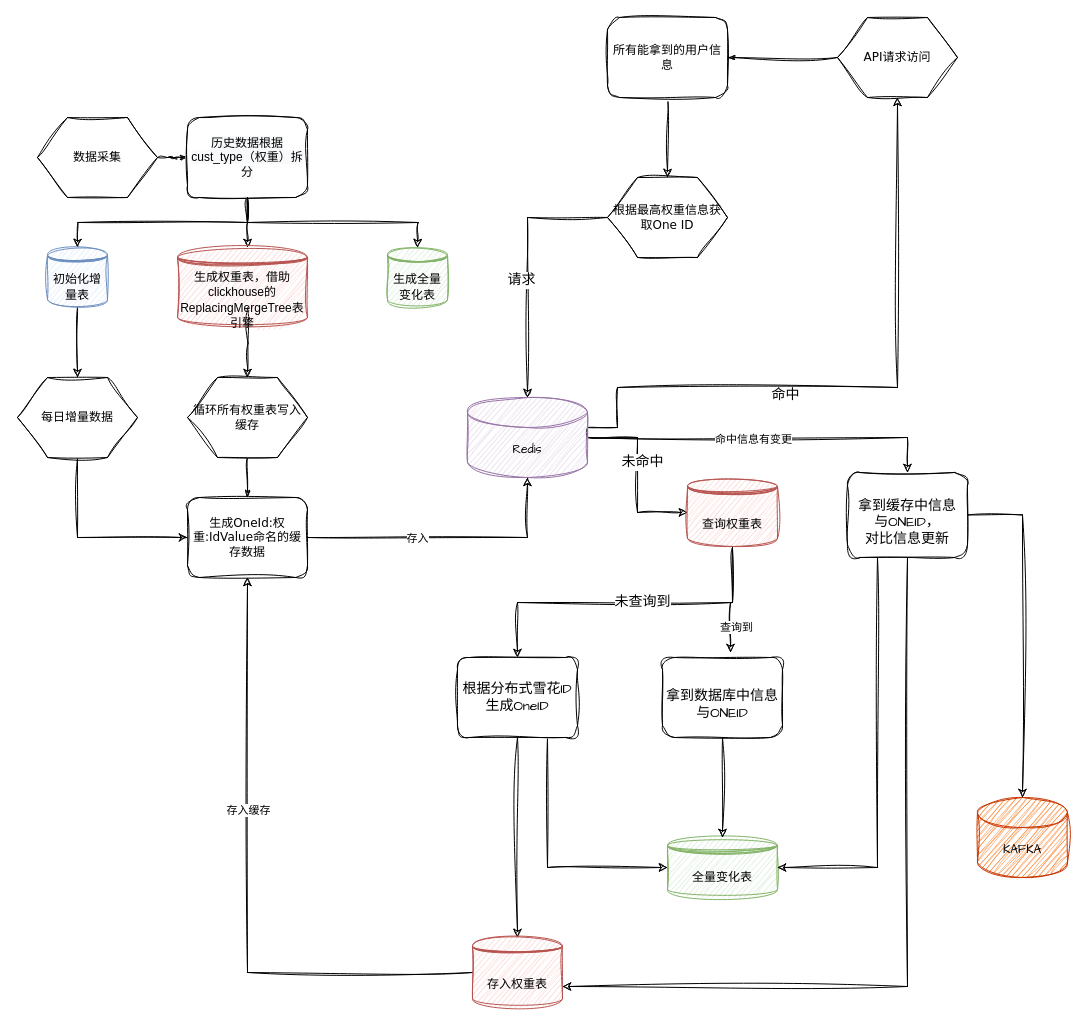
Earlier version of the draw.io diagram OenID.drawio (BNingliu/drawIO). Source tidied: cells renumbered, new cells numbered last; positions are measured from the earlier drawing's top-left corner, leaving out a move shared by most shapes. Both pictures are drawn from the tidied source at 100%, with x=0, y=0 at pixel (17, 17).
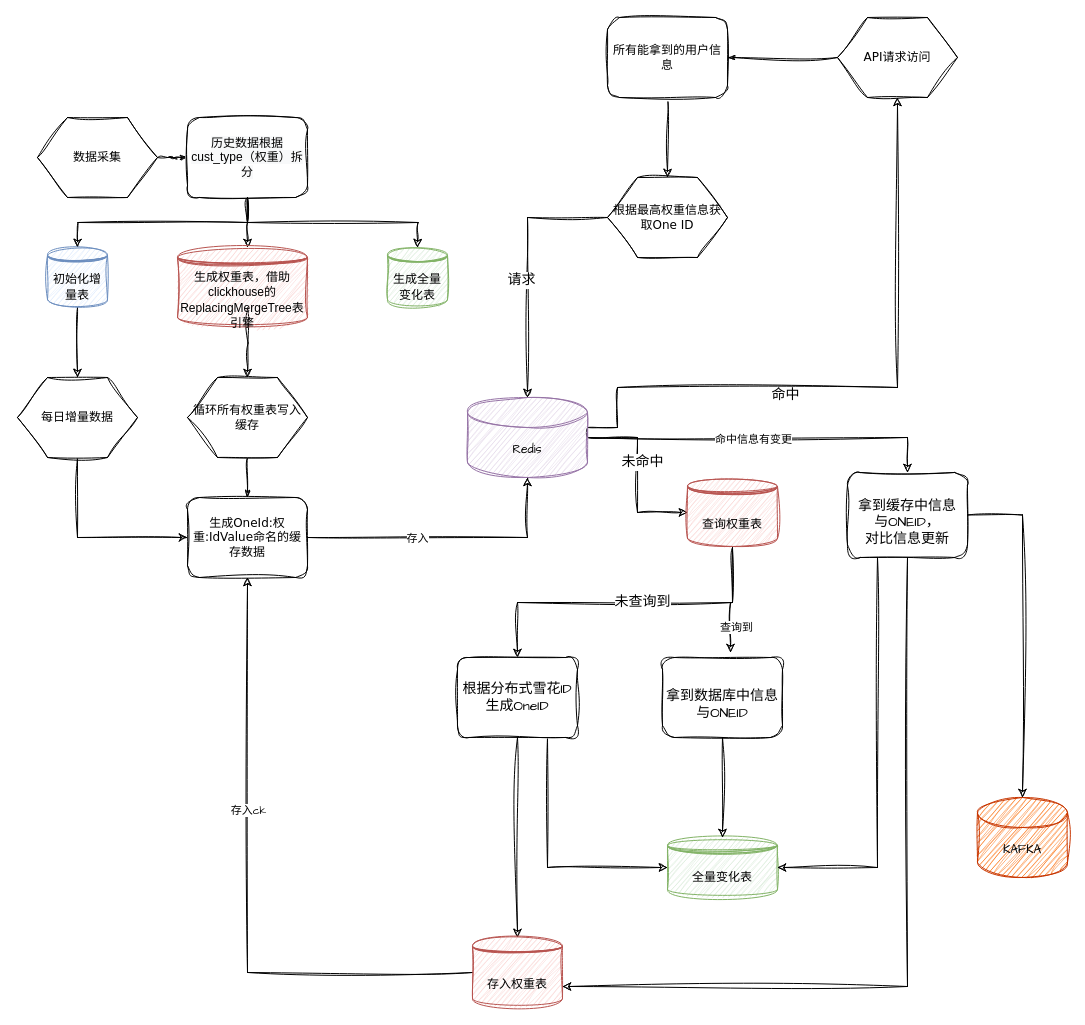
After the change.

The change refers to these unchanged cells:
```xml
<mxCell id="41" style="edgeStyle=orthogonalEdgeStyle;rounded=0;sketch=1;hachureGap=4;jiggle=2;curveFitting=1;jettySize=auto;html=1;exitX=0;exitY=0.5;exitDx=0;exitDy=0;entryX=0.5;entryY=1;entryDx=0;entryDy=0;fontFamily=Architects Daughter;" parent="1" edge="1" source="43" target="10">
  <mxGeometry relative="1" as="geometry" />
</mxCell>
```

Change to the diagram source:
```diff
@@
-    <mxCell id="42" value="存入缓存" style="edgeLabel;html=1;align=center;verticalAlign=middle;sketch=1;hachureGap=4;jiggle=2;curveFitting=1;fontFamily=Architects Daughter;" parent="41" vertex="1">
+    <mxCell id="42" value="存入ck" style="edgeLabel;html=1;align=center;verticalAlign=middle;sketch=1;hachureGap=4;jiggle=2;curveFitting=1;fontFamily=Architects Daughter;" parent="41" vertex="1">
       <mxGeometry x="0.25" relative="1" as="geometry" />
     </mxCell>
```
